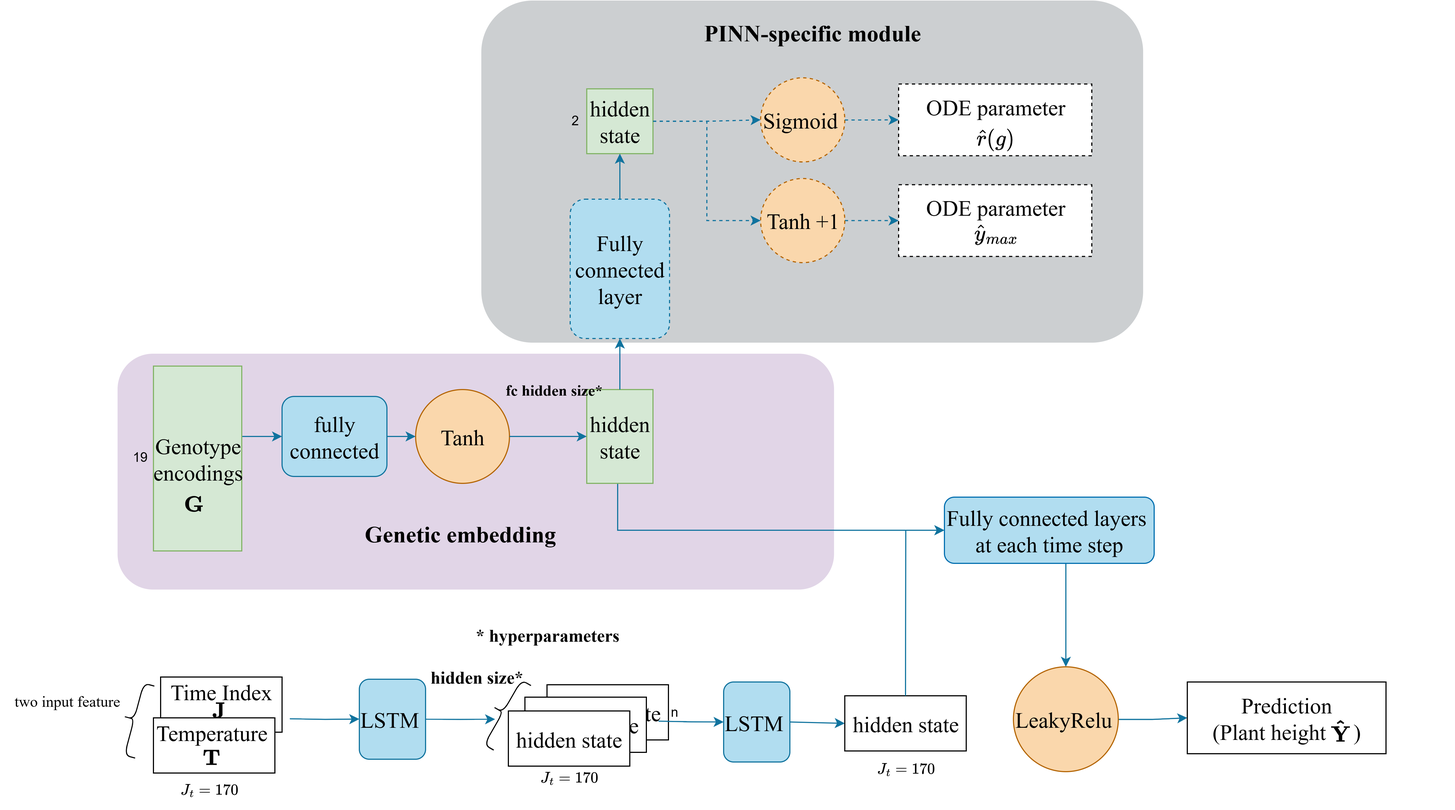
Earlier version of the draw.io export ETH_data_process/figure/Multiple_genotypes_model.png (YingjieShao/PINN_for_plant_height_forecasting). Source tidied: cells renumbered, new cells last; positions are measured from the earlier drawing's top-left corner, leaving out a move shared by most shapes.
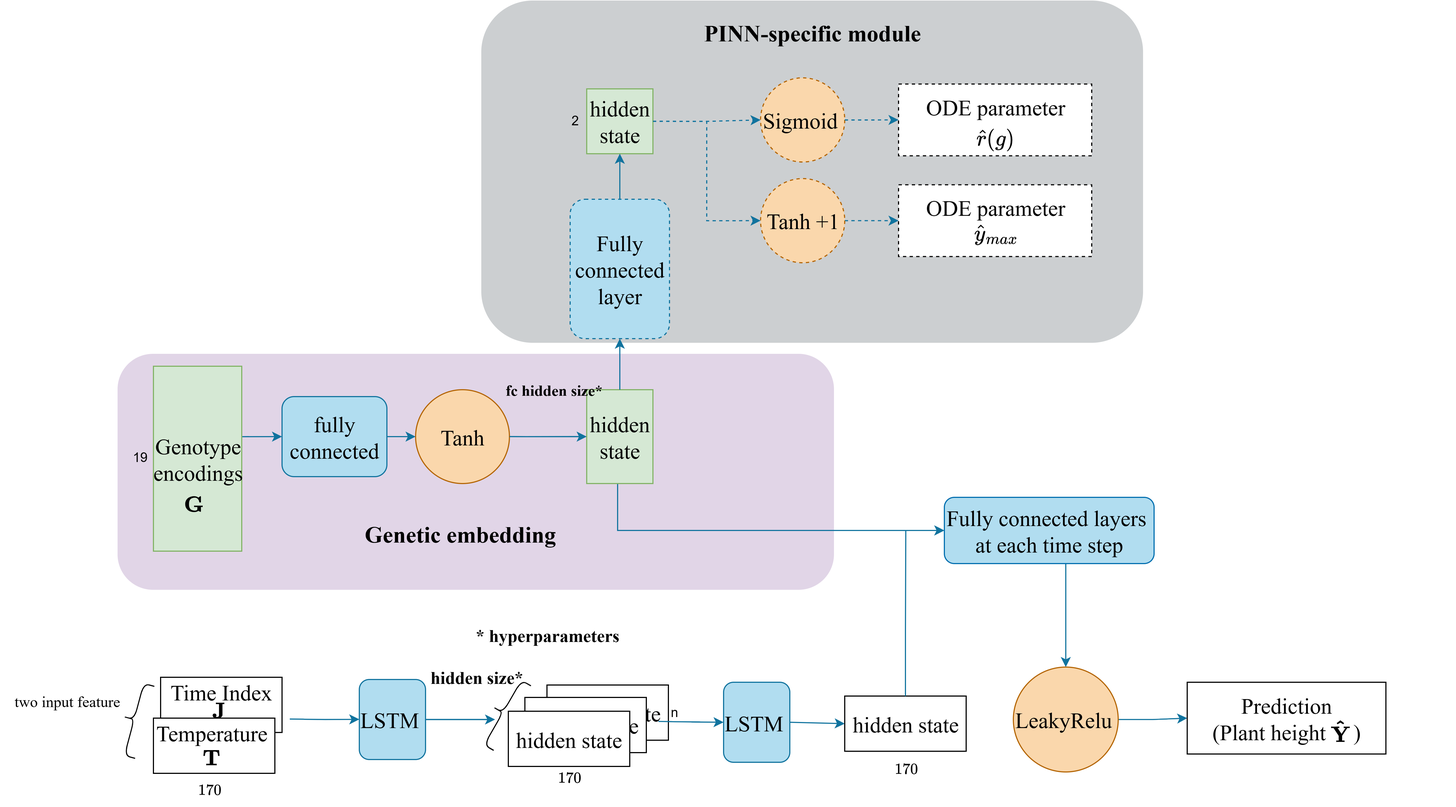
The same diagram one commit later.

Diff of the diagram source:
```diff
@@ -60,8 +60,8 @@
     <mxCell id="16" style="shape=curlyBracket;whiteSpace=wrap;html=1;rounded=1;labelPosition=left;verticalLabelPosition=middle;align=right;verticalAlign=middle;rotation=15;" parent="1" vertex="1">
       <mxGeometry x="111" y="617.5" width="20" height="67.5" as="geometry" />
     </mxCell>
-    <mxCell id="17" value="$$J_t=170$$" style="text;html=1;align=center;verticalAlign=middle;strokeColor=none;fillColor=none;" parent="1" vertex="1">
-      <mxGeometry x="470" y="688.8" width="90" height="30" as="geometry" />
+    <mxCell id="17" value="$$170$$" style="text;html=1;align=center;verticalAlign=middle;strokeColor=none;fillColor=none;" parent="1" vertex="1">
+      <mxGeometry x="480" y="688.8" width="70" height="30" as="geometry" />
     </mxCell>
     <mxCell id="18" value="&lt;font face=&quot;Times New Roman&quot; style=&quot;font-size: 16px;&quot;&gt;&lt;b style=&quot;&quot;&gt;hidden size*&lt;/b&gt;&lt;/font&gt;" style="text;html=1;align=center;verticalAlign=middle;strokeColor=none;fillColor=none;" parent="1" vertex="1">
       <mxGeometry x="376" y="597.5" width="110" height="30" as="geometry" />
@@ -213,11 +213,11 @@
     <mxCell id="58" value="&lt;span style=&quot;font-family: &amp;quot;Times New Roman&amp;quot;; font-size: 20px; text-wrap-mode: wrap;&quot;&gt;$$\hat{r}(g)$$&lt;/span&gt;" style="text;html=1;align=center;verticalAlign=middle;strokeColor=none;fillColor=none;" parent="1" vertex="1">
       <mxGeometry x="831" y="103.8" width="140" height="40" as="geometry" />
     </mxCell>
-    <mxCell id="59" value="$$J_t=170$$" style="text;html=1;align=center;verticalAlign=middle;strokeColor=none;fillColor=none;" parent="1" vertex="1">
-      <mxGeometry x="143.5" y="700" width="90" height="30" as="geometry" />
+    <mxCell id="59" value="$$170$$" style="text;html=1;align=center;verticalAlign=middle;strokeColor=none;fillColor=none;" parent="1" vertex="1">
+      <mxGeometry x="153.5" y="700" width="70" height="30" as="geometry" />
     </mxCell>
-    <mxCell id="60" value="$$J_t=170$$" style="text;html=1;align=center;verticalAlign=middle;strokeColor=none;fillColor=none;" parent="1" vertex="1">
-      <mxGeometry x="774.8" y="681.2" width="90" height="30" as="geometry" />
+    <mxCell id="60" value="$$170$$" style="text;html=1;align=center;verticalAlign=middle;strokeColor=none;fillColor=none;" parent="1" vertex="1">
+      <mxGeometry x="784.8" y="681.2" width="70" height="30" as="geometry" />
     </mxCell>
     <mxCell id="61" value="&lt;font style=&quot;font-size: 20px;&quot; face=&quot;Times New Roman&quot;&gt;$$\mathbf{\hat{Y}}$$&lt;/font&gt;" style="text;html=1;align=center;verticalAlign=middle;strokeColor=none;fillColor=none;" parent="1" vertex="1">
       <mxGeometry x="1108" y="643" width="210" height="40" as="geometry" />
```
